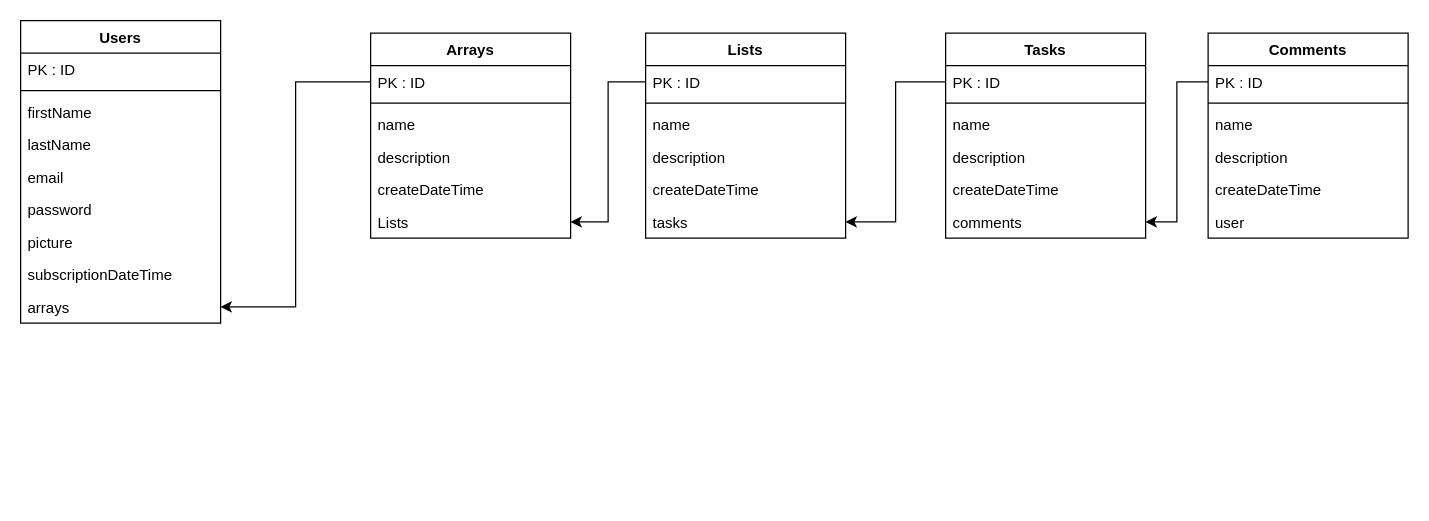
The draw.io diagram public/Untitled Diagram.drawio in Dimitri21/DISPW-Trello-Like, before the edit. Source tidied: cells renumbered, new cells numbered last; positions are measured from the earlier drawing's top-left corner, leaving out a move shared by most shapes. Both pictures are drawn from the tidied source at 125%, with x=0, y=0 at pixel (20, 20).
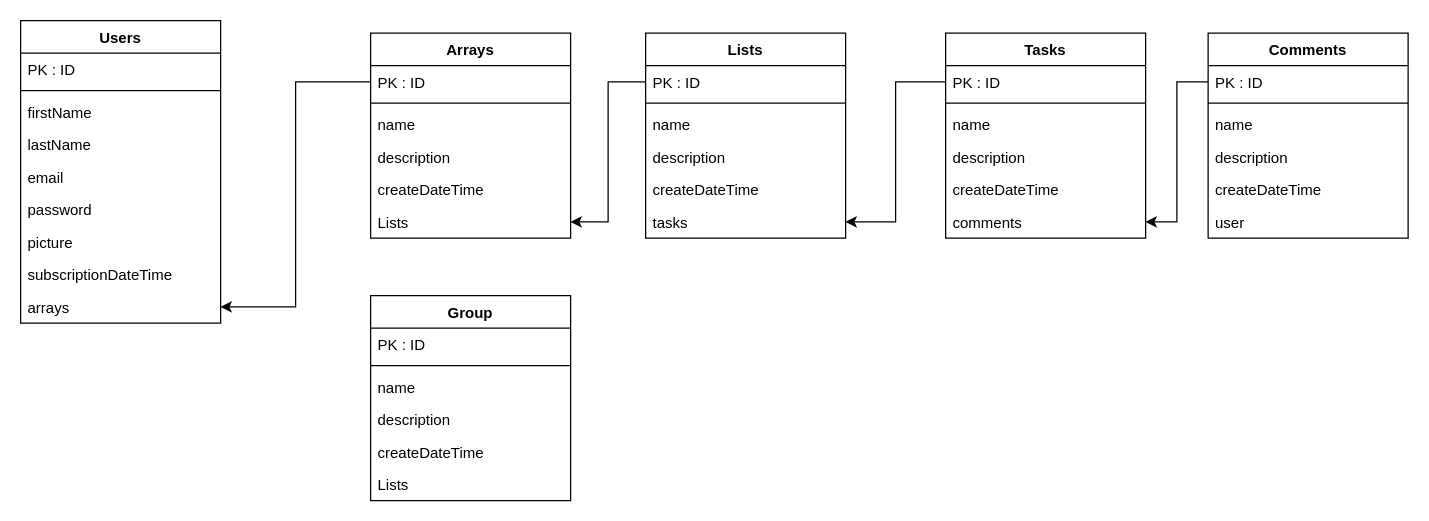
The same diagram, later.

Change to the diagram source:
```diff
@@
+    <mxCell id="44" value="Group" style="swimlane;fontStyle=1;align=center;verticalAlign=top;horizontal=1;startSize=26;" parent="1" vertex="1">
+      <mxGeometry x="280" y="220" width="160" height="164" as="geometry" />
+    </mxCell>
+    <mxCell id="45" value="PK : ID" style="text;strokeColor=none;fillColor=none;align=left;verticalAlign=top;spacingLeft=4;spacingRight=4;overflow=hidden;" parent="44" vertex="1">
+      <mxGeometry y="26" width="160" height="26" as="geometry" />
+    </mxCell>
+    <mxCell id="46" style="line;strokeWidth=1;fillColor=none;align=left;verticalAlign=middle;spacingTop=-1;spacingLeft=3;spacingRight=3;labelPosition=right;" parent="44" vertex="1">
+      <mxGeometry y="52" width="160" height="8" as="geometry" />
+    </mxCell>
+    <mxCell id="47" value="name&#10;" style="text;strokeColor=none;fillColor=none;align=left;verticalAlign=top;spacingLeft=4;spacingRight=4;overflow=hidden;" parent="44" vertex="1">
+      <mxGeometry y="60" width="160" height="26" as="geometry" />
+    </mxCell>
+    <mxCell id="48" value="description&#10;" style="text;strokeColor=none;fillColor=none;align=left;verticalAlign=top;spacingLeft=4;spacingRight=4;overflow=hidden;" parent="44" vertex="1">
+      <mxGeometry y="86" width="160" height="26" as="geometry" />
+    </mxCell>
+    <mxCell id="49" value="createDateTime&#10;" style="text;strokeColor=none;fillColor=none;align=left;verticalAlign=top;spacingLeft=4;spacingRight=4;overflow=hidden;" parent="44" vertex="1">
+      <mxGeometry y="112" width="160" height="26" as="geometry" />
+    </mxCell>
+    <mxCell id="50" value="Lists" style="text;strokeColor=none;fillColor=none;align=left;verticalAlign=top;spacingLeft=4;spacingRight=4;overflow=hidden;" parent="44" vertex="1">
+      <mxGeometry y="138" width="160" height="26" as="geometry" />
+    </mxCell>
```
